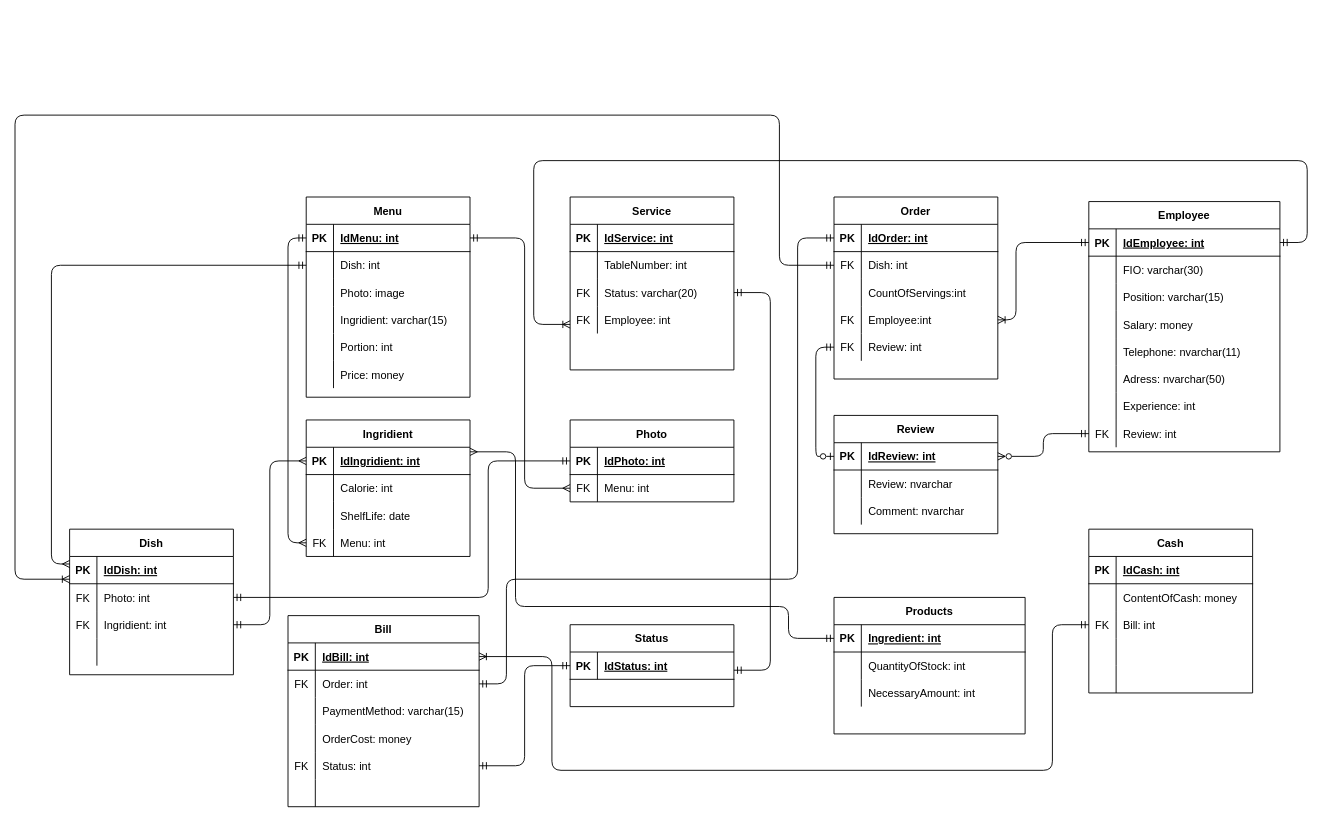
Before: ER-diagram.drawio in maria-kuchina262002/mypracticework, a draw.io diagram. Source tidied: cells renumbered, new cells numbered last; positions are measured from the earlier drawing's top-left corner, leaving out a move shared by most shapes. Both pictures are drawn from the tidied source at 91%, with x=0, y=0 at pixel (15, 115).
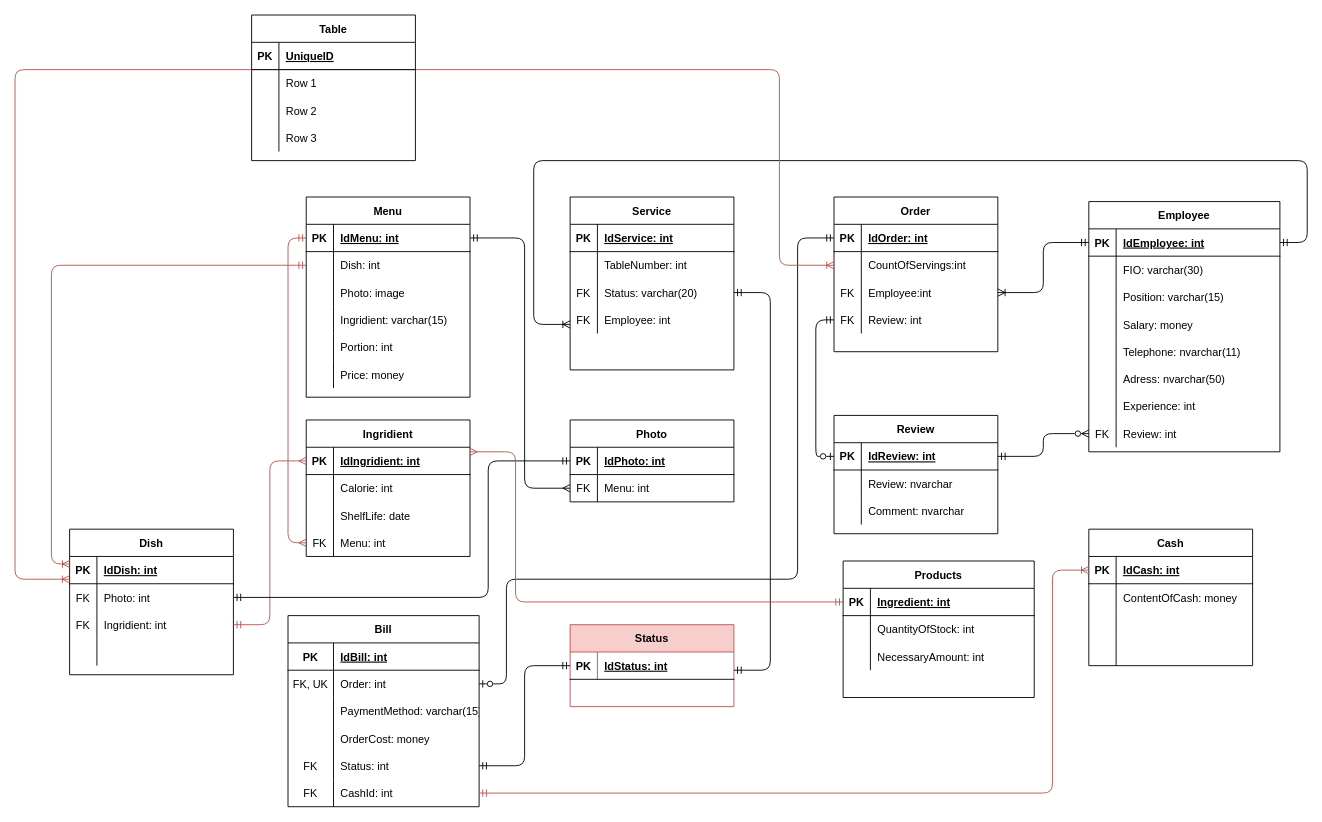
After the change.

Unchanged cells that the change refers to:
```xml
<mxCell id="3" style="shape=partialRectangle;fillColor=none;top=0;left=0;bottom=1;right=0;points=[[0,0.5],[1,0.5]];portConstraint=eastwest;" parent="2" vertex="1">
  <mxGeometry y="30" width="180" height="30" as="geometry" />
</mxCell>
<mxCell id="6" style="shape=partialRectangle;fillColor=none;top=0;left=0;bottom=0;right=0;points=[[0,0.5],[1,0.5]];portConstraint=eastwest;" parent="2" vertex="1">
  <mxGeometry y="60" width="180" height="30" as="geometry" />
</mxCell>
<mxCell id="35" style="shape=partialRectangle;fillColor=none;top=0;left=0;bottom=1;right=0;points=[[0,0.5],[1,0.5]];portConstraint=eastwest;" parent="34" vertex="1">
  <mxGeometry y="30" width="210" height="30" as="geometry" />
</mxCell>
<mxCell id="45" style="shape=partialRectangle;fillColor=none;top=0;left=0;bottom=1;right=0;points=[[0,0.5],[1,0.5]];portConstraint=eastwest;" parent="44" vertex="1">
  <mxGeometry y="30" width="210" height="30" as="geometry" />
</mxCell>
<mxCell id="48" style="shape=partialRectangle;fillColor=none;top=0;left=0;bottom=0;right=0;points=[[0,0.5],[1,0.5]];portConstraint=eastwest;" parent="44" vertex="1">
  <mxGeometry y="60" width="210" height="30" as="geometry" />
</mxCell>
<mxCell id="51" style="shape=partialRectangle;fillColor=none;top=0;left=0;bottom=0;right=0;" parent="44" vertex="1">
  <mxGeometry y="90" width="210" height="30" as="geometry" />
</mxCell>
<mxCell id="54" style="shape=partialRectangle;fillColor=none;top=0;left=0;bottom=0;right=0;" parent="44" vertex="1">
  <mxGeometry y="120" width="210" height="30" as="geometry" />
</mxCell>
<mxCell id="57" style="shape=partialRectangle;fillColor=none;top=0;left=0;bottom=0;right=0;points=[[0,0.5],[1,0.5]];portConstraint=eastwest;" parent="44" vertex="1">
  <mxGeometry y="150" width="210" height="30" as="geometry" />
</mxCell>
<mxCell id="60" style="shape=partialRectangle;fillColor=none;top=0;left=0;bottom=0;right=0;points=[[0,0.5],[1,0.5]];portConstraint=eastwest;" parent="44" vertex="1">
  <mxGeometry y="180" width="210" height="30" as="geometry" />
</mxCell>
<mxCell id="64" style="shape=partialRectangle;fillColor=none;top=0;left=0;bottom=1;right=0;points=[[0,0.5],[1,0.5]];portConstraint=eastwest;" parent="63" vertex="1">
  <mxGeometry y="30" width="180" height="30" as="geometry" />
</mxCell>
<mxCell id="74" style="shape=partialRectangle;fillColor=none;top=0;left=0;bottom=1;right=0;points=[[0,0.5],[1,0.5]];portConstraint=eastwest;" parent="73" vertex="1">
  <mxGeometry y="30" width="210" height="30" as="geometry" />
</mxCell>
<mxCell id="95" style="shape=partialRectangle;fillColor=none;top=0;left=0;bottom=0;right=0;points=[[0,0.5],[1,0.5]];portConstraint=eastwest;" parent="73" vertex="1">
  <mxGeometry y="240" width="210" height="30" as="geometry" />
</mxCell>
<mxCell id="106" style="shape=partialRectangle;fillColor=none;top=0;left=0;bottom=1;right=0;points=[[0,0.5],[1,0.5]];portConstraint=eastwest;" parent="105" vertex="1">
  <mxGeometry y="30" width="180" height="30" as="geometry" />
</mxCell>
<mxCell id="115" style="shape=partialRectangle;fillColor=none;top=0;left=0;bottom=0;right=0;points=[[0,0.5],[1,0.5]];portConstraint=eastwest;" parent="105" vertex="1">
  <mxGeometry y="120" width="180" height="30" as="geometry" />
</mxCell>
<mxCell id="119" style="shape=partialRectangle;fillColor=none;top=0;left=0;bottom=1;right=0;points=[[0,0.5],[1,0.5]];portConstraint=eastwest;" parent="118" vertex="1">
  <mxGeometry y="30" width="180" height="30" as="geometry" />
</mxCell>
<mxCell id="139" style="shape=partialRectangle;fillColor=none;top=0;left=0;bottom=1;right=0;points=[[0,0.5],[1,0.5]];portConstraint=eastwest;" parent="138" vertex="1">
  <mxGeometry y="30" width="180" height="30" as="geometry" />
</mxCell>
<mxCell id="160" value="Dish" style="shape=table;startSize=30;childLayout=tableLayout;rowLines=0;fontStyle=1;align=center;" parent="1" vertex="1">
  <mxGeometry x="60" y="455" width="180" height="160" as="geometry" />
</mxCell>
<mxCell id="161" style="shape=partialRectangle;fillColor=none;top=0;left=0;bottom=1;right=0;points=[[0,0.5],[1,0.5]];portConstraint=eastwest;" parent="160" vertex="1">
  <mxGeometry y="30" width="180" height="30" as="geometry" />
</mxCell>
<mxCell id="167" style="shape=partialRectangle;fillColor=none;top=0;left=0;bottom=0;right=0;points=[[0,0.5],[1,0.5]];portConstraint=eastwest;" parent="160" vertex="1">
  <mxGeometry y="90" width="180" height="30" as="geometry" />
</mxCell>
```

What changed in the source:
```diff
@@
     <mxCell id="34" value="Products" style="shape=table;startSize=30;childLayout=tableLayout;rowLines=0;fontStyle=1;align=center;" parent="1" vertex="1">
-      <mxGeometry x="900" y="530" width="210" height="150" as="geometry" />
+      <mxGeometry x="910" y="490" width="210" height="150" as="geometry" />
     </mxCell>
@@
     <mxCell id="46" value="PK" style="shape=partialRectangle;fillColor=none;top=0;left=0;bottom=0;right=0;fontStyle=1;overflow=hidden;" parent="45" vertex="1">
-      <mxGeometry width="30" height="30" as="geometry" />
+      <mxGeometry width="50" height="30" as="geometry" />
     </mxCell>
     <mxCell id="47" value="IdBill: int" style="shape=partialRectangle;fillColor=none;top=0;left=0;bottom=0;right=0;align=left;spacingLeft=6;fontStyle=5;overflow=hidden;" parent="45" vertex="1">
-      <mxGeometry x="30" width="180" height="30" as="geometry" />
+      <mxGeometry x="50" width="160" height="30" as="geometry" />
     </mxCell>
@@
-    <mxCell id="49" value="FK" style="shape=partialRectangle;fillColor=none;top=0;left=0;bottom=0;right=0;overflow=hidden;" parent="48" vertex="1">
-      <mxGeometry width="30" height="30" as="geometry" />
+    <mxCell id="49" value="FK, UK" style="shape=partialRectangle;fillColor=none;top=0;left=0;bottom=0;right=0;overflow=hidden;" parent="48" vertex="1">
+      <mxGeometry width="50" height="30" as="geometry" />
     </mxCell>
     <mxCell id="50" value="Order: int" style="shape=partialRectangle;fillColor=none;top=0;left=0;bottom=0;right=0;align=left;spacingLeft=6;overflow=hidden;" parent="48" vertex="1">
-      <mxGeometry x="30" width="180" height="30" as="geometry" />
+      <mxGeometry x="50" width="160" height="30" as="geometry" />
     </mxCell>
@@
     <mxCell id="52" style="shape=partialRectangle;fillColor=none;top=0;left=0;bottom=0;right=0;overflow=hidden;" parent="51" vertex="1">
-      <mxGeometry width="30" height="30" as="geometry" />
+      <mxGeometry width="50" height="30" as="geometry" />
     </mxCell>
     <mxCell id="53" value="PaymentMethod: varchar(15)" style="shape=partialRectangle;fillColor=none;top=0;left=0;bottom=0;right=0;align=left;spacingLeft=6;overflow=hidden;" parent="51" vertex="1">
-      <mxGeometry x="30" width="180" height="30" as="geometry" />
+      <mxGeometry x="50" width="160" height="30" as="geometry" />
     </mxCell>
@@
     <mxCell id="55" style="shape=partialRectangle;fillColor=none;top=0;left=0;bottom=0;right=0;overflow=hidden;" parent="54" vertex="1">
-      <mxGeometry width="30" height="30" as="geometry" />
+      <mxGeometry width="50" height="30" as="geometry" />
     </mxCell>
     <mxCell id="56" value="OrderCost: money" style="shape=partialRectangle;fillColor=none;top=0;left=0;bottom=0;right=0;align=left;spacingLeft=6;overflow=hidden;" parent="54" vertex="1">
-      <mxGeometry x="30" width="180" height="30" as="geometry" />
+      <mxGeometry x="50" width="160" height="30" as="geometry" />
     </mxCell>
@@
     <mxCell id="58" value="FK" style="shape=partialRectangle;fillColor=none;top=0;left=0;bottom=0;right=0;overflow=hidden;" parent="57" vertex="1">
-      <mxGeometry width="30" height="30" as="geometry" />
+      <mxGeometry width="50" height="30" as="geometry" />
     </mxCell>
     <mxCell id="59" value="Status: int" style="shape=partialRectangle;fillColor=none;top=0;left=0;bottom=0;right=0;align=left;spacingLeft=6;overflow=hidden;" parent="57" vertex="1">
-      <mxGeometry x="30" width="180" height="30" as="geometry" />
+      <mxGeometry x="50" width="160" height="30" as="geometry" />
     </mxCell>
@@
-    <mxCell id="61" style="shape=partialRectangle;fillColor=none;top=0;left=0;bottom=0;right=0;overflow=hidden;" parent="60" vertex="1">
-      <mxGeometry width="30" height="30" as="geometry" />
+    <mxCell id="61" value="FK" style="shape=partialRectangle;fillColor=none;top=0;left=0;bottom=0;right=0;overflow=hidden;" parent="60" vertex="1">
+      <mxGeometry width="50" height="30" as="geometry" />
     </mxCell>
-    <mxCell id="62" style="shape=partialRectangle;fillColor=none;top=0;left=0;bottom=0;right=0;align=left;spacingLeft=6;overflow=hidden;" parent="60" vertex="1">
-      <mxGeometry x="30" width="180" height="30" as="geometry" />
+    <mxCell id="62" value="CashId: int" style="shape=partialRectangle;fillColor=none;top=0;left=0;bottom=0;right=0;align=left;spacingLeft=6;overflow=hidden;" parent="60" vertex="1">
+      <mxGeometry x="50" width="160" height="30" as="geometry" />
     </mxCell>
@@
     <mxCell id="118" value="Order" style="shape=table;startSize=30;childLayout=tableLayout;rowLines=0;fontStyle=1;align=center;" parent="1" vertex="1">
-      <mxGeometry x="900" y="90" width="180" height="200" as="geometry" />
+      <mxGeometry x="900" y="90" width="180" height="170" as="geometry" />
     </mxCell>
@@
-    <mxCell id="122" style="shape=partialRectangle;fillColor=none;top=0;left=0;bottom=0;right=0;points=[[0,0.5],[1,0.5]];portConstraint=eastwest;" parent="118" vertex="1">
-      <mxGeometry y="60" width="180" height="30" as="geometry" />
-    </mxCell>
-    <mxCell id="123" value="FK" style="shape=partialRectangle;fillColor=none;top=0;left=0;bottom=0;right=0;overflow=hidden;" parent="122" vertex="1">
-      <mxGeometry width="30" height="30" as="geometry" />
-    </mxCell>
-    <mxCell id="124" value="Dish: int" style="shape=partialRectangle;fillColor=none;top=0;left=0;bottom=0;right=0;align=left;spacingLeft=6;overflow=hidden;" parent="122" vertex="1">
-      <mxGeometry x="30" width="150" height="30" as="geometry" />
-    </mxCell>
     <mxCell id="125" style="shape=partialRectangle;fillColor=none;top=0;left=0;bottom=0;right=0;" parent="118" vertex="1">
-      <mxGeometry y="90" width="180" height="30" as="geometry" />
+      <mxGeometry y="60" width="180" height="30" as="geometry" />
     </mxCell>
@@
     <mxCell id="128" style="shape=partialRectangle;fillColor=none;top=0;left=0;bottom=0;right=0;points=[[0,0.5],[1,0.5]];portConstraint=eastwest;" parent="118" vertex="1">
-      <mxGeometry y="120" width="180" height="30" as="geometry" />
+      <mxGeometry y="90" width="180" height="30" as="geometry" />
     </mxCell>
@@
     <mxCell id="131" style="shape=partialRectangle;fillColor=none;top=0;left=0;bottom=0;right=0;points=[[0,0.5],[1,0.5]];portConstraint=eastwest;" parent="118" vertex="1">
-      <mxGeometry y="150" width="180" height="30" as="geometry" />
+      <mxGeometry y="120" width="180" height="30" as="geometry" />
     </mxCell>
@@
-    <mxCell id="134" value="Status" style="shape=table;startSize=30;childLayout=tableLayout;rowLines=0;fontStyle=1;align=center;" parent="1" vertex="1">
+    <mxCell id="134" value="Status" style="shape=table;startSize=30;childLayout=tableLayout;rowLines=0;fontStyle=1;align=center;fillColor=#f8cecc;strokeColor=#b85450;" parent="1" vertex="1">
       <mxGeometry x="610" y="560" width="180" height="90" as="geometry" />
     </mxCell>
@@
     <mxCell id="138" value="Cash" style="shape=table;startSize=30;childLayout=tableLayout;rowLines=0;fontStyle=1;align=center;" parent="1" vertex="1">
-      <mxGeometry x="1180" y="455" width="180" height="180" as="geometry" />
+      <mxGeometry x="1180" y="455" width="180" height="150" as="geometry" />
     </mxCell>
@@
-    <mxCell id="145" style="shape=partialRectangle;fillColor=none;top=0;left=0;bottom=0;right=0;points=[[0,0.5],[1,0.5]];portConstraint=eastwest;" parent="138" vertex="1">
-      <mxGeometry y="90" width="180" height="30" as="geometry" />
-    </mxCell>
-    <mxCell id="146" value="FK" style="shape=partialRectangle;fillColor=none;top=0;left=0;bottom=0;right=0;overflow=hidden;" parent="145" vertex="1">
-      <mxGeometry width="30" height="30" as="geometry" />
-    </mxCell>
-    <mxCell id="147" value="Bill: int" style="shape=partialRectangle;fillColor=none;top=0;left=0;bottom=0;right=0;align=left;spacingLeft=6;overflow=hidden;" parent="145" vertex="1">
-      <mxGeometry x="30" width="150" height="30" as="geometry" />
-    </mxCell>
     <mxCell id="148" style="shape=partialRectangle;fillColor=none;top=0;left=0;bottom=0;right=0;" parent="138" vertex="1">
-      <mxGeometry y="120" width="180" height="30" as="geometry" />
+      <mxGeometry y="90" width="180" height="30" as="geometry" />
     </mxCell>
@@
     <mxCell id="151" style="shape=partialRectangle;fillColor=none;top=0;left=0;bottom=0;right=0;" parent="138" vertex="1">
-      <mxGeometry y="150" width="180" height="30" as="geometry" />
+      <mxGeometry y="120" width="180" height="30" as="geometry" />
     </mxCell>
@@
     <mxCell id="155" style="edgeStyle=orthogonalEdgeStyle;fontSize=12;html=1;endArrow=ERoneToMany;startArrow=ERmandOne;rounded=1;fontColor=none;elbow=vertical;exitX=0;exitY=0.5;exitDx=0;exitDy=0;entryX=1;entryY=0.5;entryDx=0;entryDy=0;endFill=0;" parent="1" edge="1" source="74" target="128">
-      <mxGeometry relative="1" as="geometry">
-        <Array as="points">
-          <mxPoint x="1100" y="140" />
-          <mxPoint x="1100" y="225" />
-        </Array>
-      </mxGeometry>
+      <mxGeometry relative="1" as="geometry" />
     </mxCell>
@@
-    <mxCell id="157" style="edgeStyle=orthogonalEdgeStyle;fontSize=12;html=1;endArrow=ERmandOne;startArrow=ERmandOne;rounded=1;fontColor=none;elbow=vertical;exitX=0;exitY=0.5;exitDx=0;exitDy=0;entryX=1;entryY=0.5;entryDx=0;entryDy=0;endFill=0;" parent="1" edge="1" source="119" target="48">
+    <mxCell id="157" style="edgeStyle=orthogonalEdgeStyle;fontSize=12;html=1;endArrow=ERzeroToOne;startArrow=ERmandOne;rounded=1;fontColor=none;elbow=vertical;exitX=0;exitY=0.5;exitDx=0;exitDy=0;endFill=0;fillColor=#f8cecc;strokeColor=#000000;startFill=0;" parent="1" edge="1" source="119" target="48">
       <mxGeometry relative="1" as="geometry">
         <Array as="points">
           <mxPoint x="860" y="135" />
           <mxPoint x="860" y="510" />
           <mxPoint x="540" y="510" />
           <mxPoint x="540" y="625" />
         </Array>
       </mxGeometry>
     </mxCell>
@@
-    <mxCell id="159" style="edgeStyle=orthogonalEdgeStyle;fontSize=12;html=1;endArrow=ERoneToMany;startArrow=ERmandOne;rounded=1;fontColor=none;elbow=vertical;entryX=1;entryY=0.5;entryDx=0;entryDy=0;exitX=0;exitY=0.5;exitDx=0;exitDy=0;endFill=0;" parent="1" edge="1" source="145" target="45">
-      <mxGeometry relative="1" as="geometry">
-        <Array as="points">
-          <mxPoint x="1140" y="560" />
-          <mxPoint x="1140" y="720" />
-          <mxPoint x="590" y="720" />
-          <mxPoint x="590" y="595" />
-        </Array>
-      </mxGeometry>
-    </mxCell>
@@
-    <mxCell id="173" style="edgeStyle=orthogonalEdgeStyle;rounded=1;jettySize=auto;html=1;exitX=0.001;exitY=0.275;exitDx=0;exitDy=0;endArrow=ERmandOne;endFill=0;startArrow=ERmany;startFill=0;exitPerimeter=0;" parent="1" edge="1" source="161" target="6">
+    <mxCell id="173" style="edgeStyle=orthogonalEdgeStyle;rounded=1;jettySize=auto;html=1;exitX=0.001;exitY=0.275;exitDx=0;exitDy=0;endArrow=ERmandOne;endFill=0;startArrow=ERoneToMany;startFill=0;exitPerimeter=0;fillColor=#f8cecc;strokeColor=#b85450;" parent="1" edge="1" source="161" target="6">
       <mxGeometry relative="1" as="geometry" />
     </mxCell>
-    <mxCell id="174" style="edgeStyle=orthogonalEdgeStyle;rounded=1;jettySize=auto;html=1;exitX=0;exitY=0.5;exitDx=0;exitDy=0;endArrow=ERmandOne;endFill=0;startArrow=ERmany;startFill=0;" parent="1" edge="1" source="106" target="167">
+    <mxCell id="174" style="edgeStyle=orthogonalEdgeStyle;rounded=1;jettySize=auto;html=1;exitX=0;exitY=0.5;exitDx=0;exitDy=0;endArrow=ERmandOne;endFill=0;startArrow=ERmany;startFill=0;fillColor=#f8cecc;strokeColor=#b85450;" parent="1" edge="1" source="106" target="167">
       <mxGeometry relative="1" as="geometry" />
     </mxCell>
@@
-    <mxCell id="176" style="edgeStyle=orthogonalEdgeStyle;rounded=1;jettySize=auto;html=1;exitX=0;exitY=0.5;exitDx=0;exitDy=0;entryX=0;entryY=0.5;entryDx=0;entryDy=0;endArrow=ERmandOne;endFill=0;startArrow=ERmany;startFill=0;" parent="1" edge="1" source="115" target="3">
+    <mxCell id="176" style="edgeStyle=orthogonalEdgeStyle;rounded=1;jettySize=auto;html=1;exitX=0;exitY=0.5;exitDx=0;exitDy=0;entryX=0;entryY=0.5;entryDx=0;entryDy=0;endArrow=ERmandOne;endFill=0;startArrow=ERmany;startFill=0;fillColor=#f8cecc;strokeColor=#b85450;" parent="1" edge="1" source="115" target="3">
       <mxGeometry relative="1" as="geometry" />
     </mxCell>
-    <mxCell id="177" style="edgeStyle=orthogonalEdgeStyle;rounded=1;jettySize=auto;html=1;entryX=0;entryY=0.5;entryDx=0;entryDy=0;endArrow=ERmandOne;endFill=0;startArrow=ERoneToMany;startFill=0;" parent="1" edge="1" source="161" target="122">
+    <mxCell id="177" style="edgeStyle=orthogonalEdgeStyle;rounded=1;jettySize=auto;html=1;endArrow=ERoneToMany;endFill=0;startArrow=ERoneToMany;startFill=0;fillColor=#f8cecc;strokeColor=#b85450;" parent="1" edge="1" source="160" target="118">
       <mxGeometry relative="1" as="geometry">
         <Array as="points">
           <mxPoint y="510" />
-          <mxPoint />
-          <mxPoint x="840" />
+          <mxPoint y="-50" />
+          <mxPoint x="840" y="-50" />
           <mxPoint x="840" y="165" />
         </Array>
       </mxGeometry>
     </mxCell>
-    <mxCell id="178" style="edgeStyle=orthogonalEdgeStyle;rounded=1;jettySize=auto;html=1;endArrow=ERzeroToMany;endFill=0;startArrow=ERmandOne;startFill=0;" parent="1" edge="1" source="95" target="64">
+    <mxCell id="178" style="edgeStyle=orthogonalEdgeStyle;rounded=1;jettySize=auto;html=1;endArrow=ERzeroToMany;endFill=0;startArrow=ERmandOne;startFill=0;" parent="1" edge="1" source="64" target="95">
       <mxGeometry relative="1" as="geometry" />
     </mxCell>
@@
-    <mxCell id="180" style="edgeStyle=orthogonalEdgeStyle;rounded=1;jettySize=auto;html=1;entryX=0;entryY=0.5;entryDx=0;entryDy=0;endArrow=ERmandOne;endFill=0;startArrow=ERmany;startFill=0;" parent="1" edge="1" target="35">
+    <mxCell id="180" style="edgeStyle=orthogonalEdgeStyle;rounded=1;jettySize=auto;html=1;endArrow=ERmandOne;endFill=0;startArrow=ERmany;startFill=0;fillColor=#f8cecc;strokeColor=#b85450;" parent="1" edge="1" target="35">
       <mxGeometry relative="1" as="geometry">
         <mxPoint x="500" y="370" as="sourcePoint" />
         <Array as="points">
-          <mxPoint x="500" y="370" />
           <mxPoint x="550" y="370" />
-          <mxPoint x="550" y="540" />
-          <mxPoint x="850" y="540" />
-          <mxPoint x="850" y="575" />
+          <mxPoint x="550" y="535" />
         </Array>
       </mxGeometry>
     </mxCell>
@@
+    <mxCell id="182" value="Table" style="shape=table;startSize=30;childLayout=tableLayout;rowLines=0;fontStyle=1;align=center;" parent="1" vertex="1">
+      <mxGeometry x="260" y="-110" width="180" height="160" as="geometry" />
+    </mxCell>
+    <mxCell id="183" style="shape=partialRectangle;fillColor=none;top=0;left=0;bottom=1;right=0;" parent="182" vertex="1">
+      <mxGeometry y="30" width="180" height="30" as="geometry" />
+    </mxCell>
+    <mxCell id="184" value="PK" style="shape=partialRectangle;fillColor=none;top=0;left=0;bottom=0;right=0;fontStyle=1;overflow=hidden;" parent="183" vertex="1">
+      <mxGeometry width="30" height="30" as="geometry" />
+    </mxCell>
+    <mxCell id="185" value="UniqueID" style="shape=partialRectangle;fillColor=none;top=0;left=0;bottom=0;right=0;align=left;spacingLeft=6;fontStyle=5;overflow=hidden;" parent="183" vertex="1">
+      <mxGeometry x="30" width="150" height="30" as="geometry" />
+    </mxCell>
+    <mxCell id="122" style="shape=partialRectangle;fillColor=none;top=0;left=0;bottom=0;right=0;points=[[0,0.5],[1,0.5]];portConstraint=eastwest;" parent="182" vertex="1">
+      <mxGeometry y="60" width="180" height="30" as="geometry" />
+    </mxCell>
+    <mxCell id="186" style="shape=partialRectangle;fillColor=none;top=0;left=0;bottom=0;right=0;overflow=hidden;" parent="122" vertex="1">
+      <mxGeometry width="30" height="30" as="geometry" />
+    </mxCell>
+    <mxCell id="187" value="Row 1" style="shape=partialRectangle;fillColor=none;top=0;left=0;bottom=0;right=0;align=left;spacingLeft=6;overflow=hidden;" parent="122" vertex="1">
+      <mxGeometry x="30" width="150" height="30" as="geometry" />
+    </mxCell>
+    <mxCell id="145" style="shape=partialRectangle;fillColor=none;top=0;left=0;bottom=0;right=0;points=[[0,0.5],[1,0.5]];portConstraint=eastwest;" parent="182" vertex="1">
+      <mxGeometry y="90" width="180" height="30" as="geometry" />
+    </mxCell>
+    <mxCell id="188" style="shape=partialRectangle;fillColor=none;top=0;left=0;bottom=0;right=0;overflow=hidden;" parent="145" vertex="1">
+      <mxGeometry width="30" height="30" as="geometry" />
+    </mxCell>
+    <mxCell id="189" value="Row 2" style="shape=partialRectangle;fillColor=none;top=0;left=0;bottom=0;right=0;align=left;spacingLeft=6;overflow=hidden;" parent="145" vertex="1">
+      <mxGeometry x="30" width="150" height="30" as="geometry" />
+    </mxCell>
+    <mxCell id="190" style="shape=partialRectangle;fillColor=none;top=0;left=0;bottom=0;right=0;" parent="182" vertex="1">
+      <mxGeometry y="120" width="180" height="30" as="geometry" />
+    </mxCell>
+    <mxCell id="191" style="shape=partialRectangle;fillColor=none;top=0;left=0;bottom=0;right=0;overflow=hidden;" parent="190" vertex="1">
+      <mxGeometry width="30" height="30" as="geometry" />
+    </mxCell>
+    <mxCell id="192" value="Row 3" style="shape=partialRectangle;fillColor=none;top=0;left=0;bottom=0;right=0;align=left;spacingLeft=6;overflow=hidden;" parent="190" vertex="1">
+      <mxGeometry x="30" width="150" height="30" as="geometry" />
+    </mxCell>
+    <mxCell id="159" style="edgeStyle=orthogonalEdgeStyle;fontSize=12;html=1;endArrow=ERoneToMany;startArrow=ERmandOne;rounded=1;fontColor=none;elbow=vertical;entryX=0;entryY=0.5;entryDx=0;entryDy=0;exitX=1;exitY=0.5;exitDx=0;exitDy=0;endFill=0;fillColor=#f8cecc;strokeColor=#b85450;" parent="1" edge="1" source="60" target="139">
+      <mxGeometry relative="1" as="geometry">
+        <Array as="points">
+          <mxPoint x="1140" y="745" />
+          <mxPoint x="1140" y="500" />
+        </Array>
+      </mxGeometry>
+    </mxCell>
```
